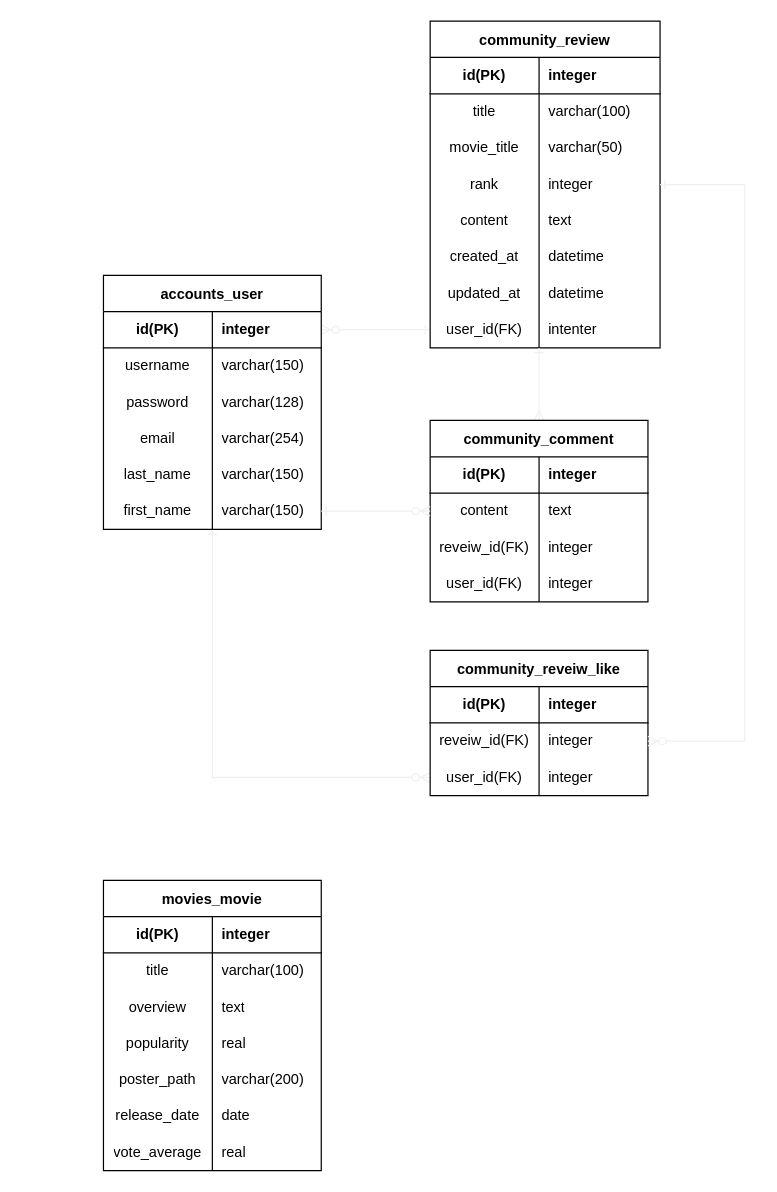
Earlier version of the draw.io diagram movie.dio (dannyp0930/ssaflix). Source tidied: cells renumbered, new cells numbered last; positions are measured from the earlier drawing's top-left corner, leaving out a move shared by most shapes. Both pictures are drawn from the tidied source at 121%, with x=0, y=0 at pixel (103, 21).
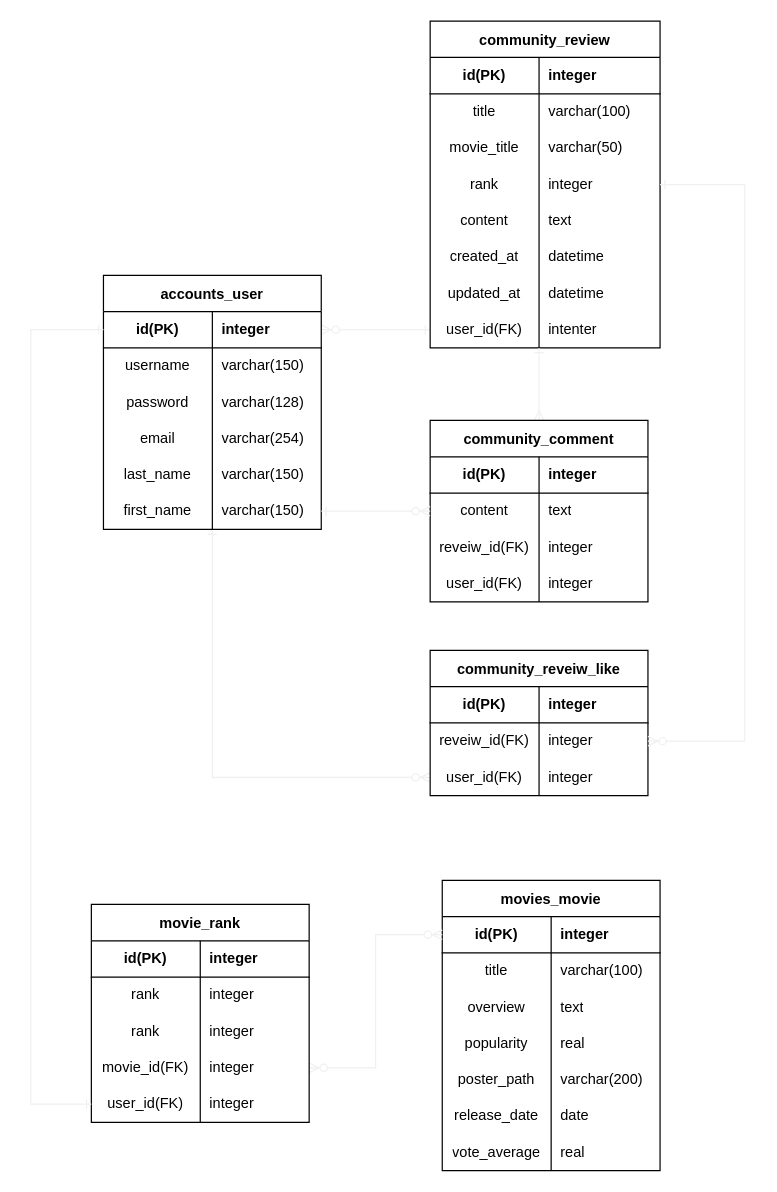
The same page after the edit.

The change refers to these unchanged cells:
```xml
<mxCell id="5" style="shape=partialRectangle;html=1;whiteSpace=wrap;fillColor=none;top=0;left=0;bottom=1;right=0;points=[[0,0.5],[1,0.5]];portConstraint=eastwest;" parent="4" vertex="1">
  <mxGeometry y="30" width="180" height="30" as="geometry" />
</mxCell>
<mxCell id="24" style="shape=partialRectangle;html=1;whiteSpace=wrap;fillColor=none;top=0;left=0;bottom=1;right=0;points=[[0,0.5],[1,0.5]];portConstraint=eastwest;" parent="23" vertex="1">
  <mxGeometry y="30" width="180" height="30" as="geometry" />
</mxCell>
```

The edit, as a diff of the source:
```diff
@@
     <mxCell id="23" value="movies_movie" style="shape=table;startSize=30;childLayout=tableLayout;rowLines=0;fontStyle=1;align=center;" parent="1" vertex="1">
-      <mxGeometry y="710" width="180" height="240" as="geometry" />
+      <mxGeometry x="280" y="710" width="180" height="240" as="geometry" />
     </mxCell>
@@
+    <mxCell id="96" style="edgeStyle=orthogonalEdgeStyle;rounded=0;jettySize=auto;html=1;entryX=0;entryY=0.5;entryDx=0;entryDy=0;startArrow=ERzeroToMany;startFill=1;endArrow=ERzeroToMany;endFill=1;strokeColor=#F0F0F0;exitX=1;exitY=0.5;exitDx=0;exitDy=0;" parent="1" edge="1" source="107" target="24">
+      <mxGeometry relative="1" as="geometry" />
+    </mxCell>
+    <mxCell id="97" value="movie_rank" style="shape=table;startSize=30;childLayout=tableLayout;rowLines=0;fontStyle=1;align=center;" parent="1" vertex="1">
+      <mxGeometry x="-10" y="730" width="180" height="180" as="geometry" />
+    </mxCell>
+    <mxCell id="98" style="shape=partialRectangle;html=1;whiteSpace=wrap;fillColor=none;top=0;left=0;bottom=1;right=0;" parent="97" vertex="1">
+      <mxGeometry y="30" width="180" height="30" as="geometry" />
+    </mxCell>
+    <mxCell id="99" value="id(PK)" style="shape=partialRectangle;html=1;whiteSpace=wrap;fillColor=none;top=0;left=0;bottom=0;right=0;overflow=hidden;fontStyle=1;" parent="98" vertex="1">
+      <mxGeometry width="90" height="30" as="geometry" />
+    </mxCell>
+    <mxCell id="100" value="integer" style="shape=partialRectangle;html=1;whiteSpace=wrap;fillColor=none;top=0;left=0;bottom=0;right=0;align=left;spacingLeft=6;overflow=hidden;fontStyle=1;" parent="98" vertex="1">
+      <mxGeometry x="90" width="90" height="30" as="geometry" />
+    </mxCell>
+    <mxCell id="101" style="shape=partialRectangle;html=1;whiteSpace=wrap;fillColor=none;top=0;left=0;bottom=0;right=0;" parent="97" vertex="1">
+      <mxGeometry y="60" width="180" height="30" as="geometry" />
+    </mxCell>
+    <mxCell id="102" value="rank" style="shape=partialRectangle;html=1;whiteSpace=wrap;fillColor=none;top=0;left=0;bottom=0;right=0;overflow=hidden;" parent="101" vertex="1">
+      <mxGeometry width="90" height="30" as="geometry" />
+    </mxCell>
+    <mxCell id="103" value="integer" style="shape=partialRectangle;html=1;whiteSpace=wrap;fillColor=none;top=0;left=0;bottom=0;right=0;align=left;spacingLeft=6;overflow=hidden;" parent="101" vertex="1">
+      <mxGeometry x="90" width="90" height="30" as="geometry" />
+    </mxCell>
+    <mxCell id="104" style="shape=partialRectangle;html=1;whiteSpace=wrap;fillColor=none;top=0;left=0;bottom=0;right=0;" parent="97" vertex="1">
+      <mxGeometry y="90" width="180" height="30" as="geometry" />
+    </mxCell>
+    <mxCell id="105" value="rank" style="shape=partialRectangle;html=1;whiteSpace=wrap;fillColor=none;top=0;left=0;bottom=0;right=0;overflow=hidden;" parent="104" vertex="1">
+      <mxGeometry width="90" height="30" as="geometry" />
+    </mxCell>
+    <mxCell id="106" value="integer" style="shape=partialRectangle;html=1;whiteSpace=wrap;fillColor=none;top=0;left=0;bottom=0;right=0;align=left;spacingLeft=6;overflow=hidden;" parent="104" vertex="1">
+      <mxGeometry x="90" width="90" height="30" as="geometry" />
+    </mxCell>
+    <mxCell id="107" style="shape=partialRectangle;html=1;whiteSpace=wrap;fillColor=none;top=0;left=0;bottom=0;right=0;points=[[0,0.5],[1,0.5]];portConstraint=eastwest;" parent="97" vertex="1">
+      <mxGeometry y="120" width="180" height="30" as="geometry" />
+    </mxCell>
+    <mxCell id="108" value="movie_id(FK)" style="shape=partialRectangle;html=1;whiteSpace=wrap;fillColor=none;top=0;left=0;bottom=0;right=0;overflow=hidden;" parent="107" vertex="1">
+      <mxGeometry width="90" height="30" as="geometry" />
+    </mxCell>
+    <mxCell id="109" value="integer" style="shape=partialRectangle;html=1;whiteSpace=wrap;fillColor=none;top=0;left=0;bottom=0;right=0;align=left;spacingLeft=6;overflow=hidden;" parent="107" vertex="1">
+      <mxGeometry x="90" width="90" height="30" as="geometry" />
+    </mxCell>
+    <mxCell id="110" style="shape=partialRectangle;html=1;whiteSpace=wrap;fillColor=none;top=0;left=0;bottom=0;right=0;points=[[0,0.5],[1,0.5]];portConstraint=eastwest;" parent="97" vertex="1">
+      <mxGeometry y="150" width="180" height="30" as="geometry" />
+    </mxCell>
+    <mxCell id="111" value="user_id(FK)" style="shape=partialRectangle;html=1;whiteSpace=wrap;fillColor=none;top=0;left=0;bottom=0;right=0;overflow=hidden;" parent="110" vertex="1">
+      <mxGeometry width="90" height="30" as="geometry" />
+    </mxCell>
+    <mxCell id="112" value="integer" style="shape=partialRectangle;html=1;whiteSpace=wrap;fillColor=none;top=0;left=0;bottom=0;right=0;align=left;spacingLeft=6;overflow=hidden;" parent="110" vertex="1">
+      <mxGeometry x="90" width="90" height="30" as="geometry" />
+    </mxCell>
+    <mxCell id="113" style="edgeStyle=orthogonalEdgeStyle;rounded=0;jettySize=auto;html=1;entryX=0;entryY=0.5;entryDx=0;entryDy=0;startArrow=ERone;startFill=0;endArrow=ERone;endFill=0;strokeColor=#F0F0F0;" parent="1" edge="1" source="110" target="5">
+      <mxGeometry relative="1" as="geometry">
+        <Array as="points">
+          <mxPoint x="-60" y="895" />
+          <mxPoint x="-60" y="255" />
+        </Array>
+      </mxGeometry>
+    </mxCell>
```
